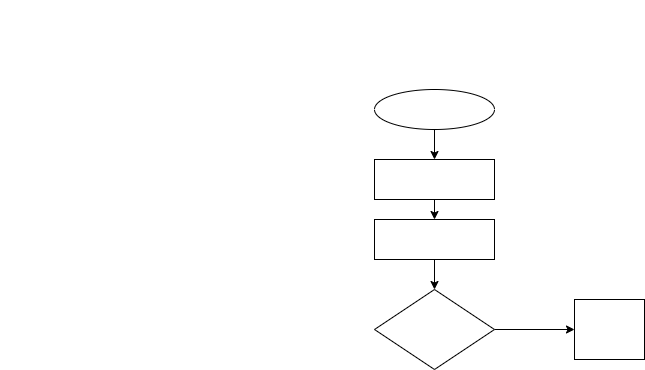
Alshopik/HomeWorc keeps this draw.io diagram as HomeWork/Task000/diagram.drawio.png. Above is the earlier version. Source tidied: cells renumbered, new cells last; positions are measured from the earlier drawing's top-left corner, leaving out a move shared by most shapes.
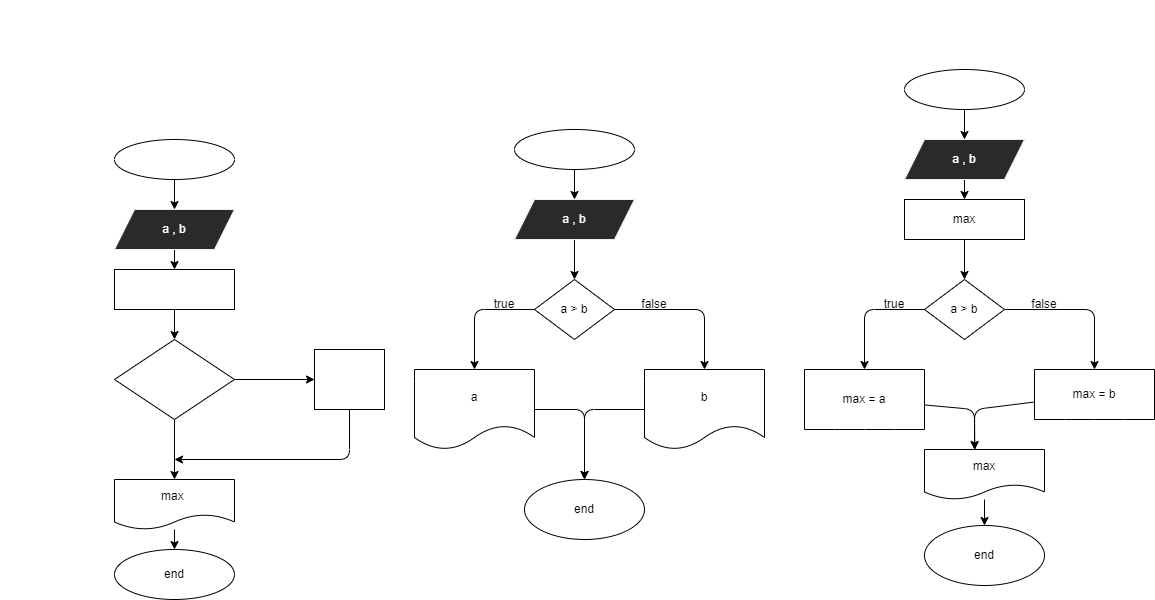
Above is the later version.

Change to the diagram source:
```diff
@@ -3,7 +3,7 @@
     <mxCell id="0" />
     <mxCell id="1" parent="0" />
     <mxCell id="2" value="&lt;div style=&quot;font-family: &amp;#34;consolas&amp;#34; , &amp;#34;courier new&amp;#34; , monospace ; font-size: 14px ; line-height: 19px&quot;&gt;&lt;font color=&quot;#ffffff&quot;&gt;&lt;b&gt;Напишите программу, которая на вход принимает два числа и выдает, какое чило больше, а какое меньше.&lt;/b&gt;&lt;/font&gt;&lt;/div&gt;&lt;div style=&quot;font-family: &amp;#34;consolas&amp;#34; , &amp;#34;courier new&amp;#34; , monospace ; font-size: 14px ; line-height: 19px&quot;&gt;&lt;font color=&quot;#ffffff&quot;&gt;&lt;b&gt;a = 5, b = 7 -&amp;gt; max = 7&lt;/b&gt;&lt;/font&gt;&lt;/div&gt;&lt;div style=&quot;font-family: &amp;#34;consolas&amp;#34; , &amp;#34;courier new&amp;#34; , monospace ; font-size: 14px ; line-height: 19px&quot;&gt;&lt;font color=&quot;#ffffff&quot;&gt;&lt;b&gt;a = 2, b = 10 -&amp;gt; max = 10&lt;/b&gt;&lt;/font&gt;&lt;/div&gt;&lt;div style=&quot;font-family: &amp;#34;consolas&amp;#34; , &amp;#34;courier new&amp;#34; , monospace ; font-size: 14px ; line-height: 19px&quot;&gt;&lt;font color=&quot;#ffffff&quot;&gt;&lt;b&gt;a = -9, b = -3 -&amp;gt; max = -3&lt;/b&gt;&lt;/font&gt;&lt;/div&gt;" style="text;html=1;strokeColor=none;fillColor=none;align=center;verticalAlign=middle;whiteSpace=wrap;rounded=0;" parent="1" vertex="1">
-      <mxGeometry width="393" height="110" as="geometry" />
+      <mxGeometry x="260" y="-50" width="393" height="110" as="geometry" />
     </mxCell>
     <mxCell id="3" style="edgeStyle=none;html=1;fontColor=#FFFFFF;" parent="1" edge="1" source="4" target="6">
       <mxGeometry relative="1" as="geometry" />
@@ -14,7 +14,7 @@
     <mxCell id="5" style="edgeStyle=none;html=1;fontColor=#FFFFFF;" parent="1" edge="1" source="6" target="8">
       <mxGeometry relative="1" as="geometry" />
     </mxCell>
-    <mxCell id="6" value="a , b" style="whiteSpace=wrap;html=1;fontColor=#FFFFFF;labelBackgroundColor=none;" parent="1" vertex="1">
+    <mxCell id="6" value="a , b" style="shape=parallelogram;perimeter=parallelogramPerimeter;whiteSpace=wrap;html=1;fixedSize=1;fontFamily=Helvetica;fontSize=12;fontColor=#FFFFFF;align=center;strokeColor=rgb(240, 240, 240);fillColor=rgb(42, 42, 42);" parent="1" vertex="1">
       <mxGeometry x="374" y="159" width="120" height="40" as="geometry" />
     </mxCell>
     <mxCell id="7" style="edgeStyle=none;html=1;fontColor=#FFFFFF;" parent="1" edge="1" source="8" target="10">
@@ -26,11 +26,162 @@
     <mxCell id="9" style="edgeStyle=none;html=1;fontColor=#FFFFFF;" parent="1" edge="1" source="10" target="11">
       <mxGeometry relative="1" as="geometry" />
     </mxCell>
+    <mxCell id="12" style="edgeStyle=none;html=1;entryX=0.5;entryY=0;entryDx=0;entryDy=0;" parent="1" edge="1" source="10" target="15">
+      <mxGeometry relative="1" as="geometry" />
+    </mxCell>
     <mxCell id="10" value="b&amp;nbsp; &amp;gt; max" style="rhombus;whiteSpace=wrap;html=1;fontColor=#FFFFFF;labelBackgroundColor=none;" parent="1" vertex="1">
       <mxGeometry x="374" y="289" width="120" height="80" as="geometry" />
     </mxCell>
+    <mxCell id="13" style="edgeStyle=none;html=1;" parent="1" edge="1" source="11">
+      <mxGeometry relative="1" as="geometry">
+        <mxPoint x="434" y="409" as="targetPoint" />
+        <Array as="points">
+          <mxPoint x="609" y="409" />
+        </Array>
+      </mxGeometry>
+    </mxCell>
     <mxCell id="11" value="max = b" style="whiteSpace=wrap;html=1;fontColor=#FFFFFF;labelBackgroundColor=none;" parent="1" vertex="1">
       <mxGeometry x="574" y="299" width="70" height="60" as="geometry" />
     </mxCell>
+    <mxCell id="14" style="edgeStyle=none;html=1;" parent="1" edge="1" source="15" target="16">
+      <mxGeometry relative="1" as="geometry" />
+    </mxCell>
+    <mxCell id="15" value="max&amp;nbsp;" style="shape=document;whiteSpace=wrap;html=1;boundedLbl=1;" parent="1" vertex="1">
+      <mxGeometry x="374" y="429" width="120" height="50" as="geometry" />
+    </mxCell>
+    <mxCell id="16" value="end" style="ellipse;whiteSpace=wrap;html=1;" parent="1" vertex="1">
+      <mxGeometry x="374" y="499" width="120" height="50" as="geometry" />
+    </mxCell>
+    <mxCell id="17" style="edgeStyle=none;html=1;fontColor=#FFFFFF;" parent="1" edge="1" source="18" target="20">
+      <mxGeometry relative="1" as="geometry" />
+    </mxCell>
+    <mxCell id="18" value="start" style="ellipse;whiteSpace=wrap;html=1;labelBackgroundColor=none;fontColor=#FFFFFF;" parent="1" vertex="1">
+      <mxGeometry x="774" y="79" width="120" height="40" as="geometry" />
+    </mxCell>
+    <mxCell id="19" style="edgeStyle=none;html=1;" parent="1" edge="1" source="20" target="23">
+      <mxGeometry relative="1" as="geometry" />
+    </mxCell>
+    <mxCell id="20" value="a , b" style="shape=parallelogram;perimeter=parallelogramPerimeter;whiteSpace=wrap;html=1;fixedSize=1;fontFamily=Helvetica;fontSize=12;fontColor=#FFFFFF;align=center;strokeColor=rgb(240, 240, 240);fillColor=rgb(42, 42, 42);" parent="1" vertex="1">
+      <mxGeometry x="774" y="149" width="120" height="40" as="geometry" />
+    </mxCell>
+    <mxCell id="21" style="edgeStyle=none;html=1;entryX=0.5;entryY=0;entryDx=0;entryDy=0;" parent="1" edge="1" source="23" target="27">
+      <mxGeometry relative="1" as="geometry">
+        <Array as="points">
+          <mxPoint x="734" y="259" />
+        </Array>
+      </mxGeometry>
+    </mxCell>
+    <mxCell id="22" style="edgeStyle=none;html=1;entryX=0.5;entryY=0;entryDx=0;entryDy=0;" parent="1" edge="1" source="23" target="25">
+      <mxGeometry relative="1" as="geometry">
+        <Array as="points">
+          <mxPoint x="964" y="259" />
+        </Array>
+      </mxGeometry>
+    </mxCell>
+    <mxCell id="23" value="a &amp;gt; b" style="rhombus;whiteSpace=wrap;html=1;" parent="1" vertex="1">
+      <mxGeometry x="794" y="229" width="80" height="60" as="geometry" />
+    </mxCell>
+    <mxCell id="24" style="edgeStyle=none;html=1;entryX=0.5;entryY=0;entryDx=0;entryDy=0;" parent="1" edge="1" source="25" target="28">
+      <mxGeometry relative="1" as="geometry">
+        <Array as="points">
+          <mxPoint x="844" y="359" />
+        </Array>
+      </mxGeometry>
+    </mxCell>
+    <mxCell id="25" value="b" style="shape=document;whiteSpace=wrap;html=1;boundedLbl=1;" parent="1" vertex="1">
+      <mxGeometry x="904" y="319" width="120" height="80" as="geometry" />
+    </mxCell>
+    <mxCell id="26" style="edgeStyle=none;html=1;" parent="1" edge="1" source="27" target="28">
+      <mxGeometry relative="1" as="geometry">
+        <Array as="points">
+          <mxPoint x="844" y="359" />
+        </Array>
+      </mxGeometry>
+    </mxCell>
+    <mxCell id="27" value="a" style="shape=document;whiteSpace=wrap;html=1;boundedLbl=1;" parent="1" vertex="1">
+      <mxGeometry x="674" y="319" width="120" height="80" as="geometry" />
+    </mxCell>
+    <mxCell id="28" value="end" style="ellipse;whiteSpace=wrap;html=1;" parent="1" vertex="1">
+      <mxGeometry x="784" y="429" width="120" height="60" as="geometry" />
+    </mxCell>
+    <mxCell id="29" value="true" style="text;html=1;strokeColor=none;fillColor=none;align=center;verticalAlign=middle;whiteSpace=wrap;rounded=0;" parent="1" vertex="1">
+      <mxGeometry x="734" y="239" width="60" height="30" as="geometry" />
+    </mxCell>
+    <mxCell id="30" value="false" style="text;html=1;strokeColor=none;fillColor=none;align=center;verticalAlign=middle;whiteSpace=wrap;rounded=0;" parent="1" vertex="1">
+      <mxGeometry x="884" y="239" width="60" height="30" as="geometry" />
+    </mxCell>
+    <mxCell id="31" style="edgeStyle=none;html=1;fontColor=#FFFFFF;" parent="1" edge="1" source="32" target="34">
+      <mxGeometry relative="1" as="geometry" />
+    </mxCell>
+    <mxCell id="32" value="start" style="ellipse;whiteSpace=wrap;html=1;labelBackgroundColor=none;fontColor=#FFFFFF;" parent="1" vertex="1">
+      <mxGeometry x="1164" y="19" width="120" height="40" as="geometry" />
+    </mxCell>
+    <mxCell id="33" style="edgeStyle=none;html=1;entryX=0.5;entryY=0;entryDx=0;entryDy=0;" parent="1" edge="1" source="34">
+      <mxGeometry relative="1" as="geometry">
+        <mxPoint x="1224" y="149" as="targetPoint" />
+      </mxGeometry>
+    </mxCell>
+    <mxCell id="34" value="a , b" style="shape=parallelogram;perimeter=parallelogramPerimeter;whiteSpace=wrap;html=1;fixedSize=1;fontFamily=Helvetica;fontSize=12;fontColor=#FFFFFF;align=center;strokeColor=rgb(240, 240, 240);fillColor=rgb(42, 42, 42);" parent="1" vertex="1">
+      <mxGeometry x="1164" y="89" width="120" height="40" as="geometry" />
+    </mxCell>
+    <mxCell id="35" style="edgeStyle=none;html=1;entryX=0.5;entryY=0;entryDx=0;entryDy=0;" parent="1" edge="1" source="37" target="41">
+      <mxGeometry relative="1" as="geometry">
+        <Array as="points">
+          <mxPoint x="1124" y="259" />
+        </Array>
+      </mxGeometry>
+    </mxCell>
+    <mxCell id="36" style="edgeStyle=none;html=1;entryX=0.5;entryY=0;entryDx=0;entryDy=0;" parent="1" edge="1" source="37" target="39">
+      <mxGeometry relative="1" as="geometry">
+        <Array as="points">
+          <mxPoint x="1354" y="259" />
+        </Array>
+      </mxGeometry>
+    </mxCell>
+    <mxCell id="37" value="a &amp;gt; b" style="rhombus;whiteSpace=wrap;html=1;" parent="1" vertex="1">
+      <mxGeometry x="1184" y="229" width="80" height="60" as="geometry" />
+    </mxCell>
+    <mxCell id="38" style="edgeStyle=none;html=1;entryX=0.419;entryY=0.005;entryDx=0;entryDy=0;entryPerimeter=0;" parent="1" edge="1" source="39" target="46">
+      <mxGeometry relative="1" as="geometry">
+        <Array as="points">
+          <mxPoint x="1234" y="359" />
+        </Array>
+      </mxGeometry>
+    </mxCell>
+    <mxCell id="39" value="max = b" style="shape=document;whiteSpace=wrap;html=1;boundedLbl=1;size=0;" parent="1" vertex="1">
+      <mxGeometry x="1294" y="319" width="120" height="50" as="geometry" />
+    </mxCell>
+    <mxCell id="40" style="edgeStyle=none;html=1;" parent="1" edge="1" source="41">
+      <mxGeometry relative="1" as="geometry">
+        <mxPoint x="1234" y="399" as="targetPoint" />
+        <Array as="points">
+          <mxPoint x="1234" y="359" />
+        </Array>
+      </mxGeometry>
+    </mxCell>
+    <mxCell id="41" value="max = a" style="shape=document;whiteSpace=wrap;html=1;boundedLbl=1;size=0;" parent="1" vertex="1">
+      <mxGeometry x="1064" y="319" width="120" height="60" as="geometry" />
+    </mxCell>
+    <mxCell id="42" value="end" style="ellipse;whiteSpace=wrap;html=1;" parent="1" vertex="1">
+      <mxGeometry x="1184" y="475" width="120" height="60" as="geometry" />
+    </mxCell>
+    <mxCell id="43" value="true" style="text;html=1;strokeColor=none;fillColor=none;align=center;verticalAlign=middle;whiteSpace=wrap;rounded=0;" parent="1" vertex="1">
+      <mxGeometry x="1124" y="239" width="60" height="30" as="geometry" />
+    </mxCell>
+    <mxCell id="44" value="false" style="text;html=1;strokeColor=none;fillColor=none;align=center;verticalAlign=middle;whiteSpace=wrap;rounded=0;" parent="1" vertex="1">
+      <mxGeometry x="1274" y="239" width="60" height="30" as="geometry" />
+    </mxCell>
+    <mxCell id="45" style="edgeStyle=none;html=1;" parent="1" edge="1" source="46" target="42">
+      <mxGeometry relative="1" as="geometry" />
+    </mxCell>
+    <mxCell id="46" value="max" style="shape=document;whiteSpace=wrap;html=1;boundedLbl=1;" parent="1" vertex="1">
+      <mxGeometry x="1184" y="399" width="120" height="50" as="geometry" />
+    </mxCell>
+    <mxCell id="47" style="edgeStyle=none;html=1;" parent="1" edge="1" source="48" target="37">
+      <mxGeometry relative="1" as="geometry" />
+    </mxCell>
+    <mxCell id="48" value="max" style="rounded=0;whiteSpace=wrap;html=1;" parent="1" vertex="1">
+      <mxGeometry x="1164" y="149" width="120" height="40" as="geometry" />
+    </mxCell>
   </root>
 </mxGraphModel>
```
